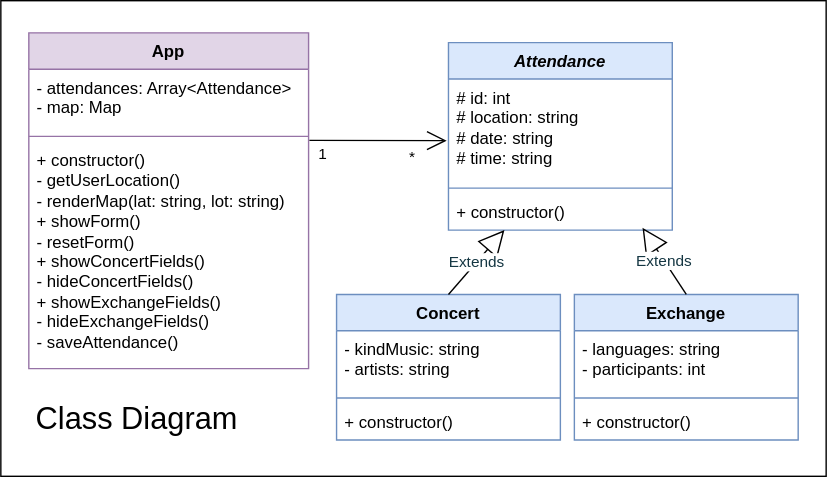
The draw.io diagram class-diagram.drawio.svg in josenavarrohub/vanilla-js-eventify, before a commit. Source tidied: cells renumbered, new cells last; positions are measured from the earlier drawing's top-left corner, leaving out a move shared by most shapes.
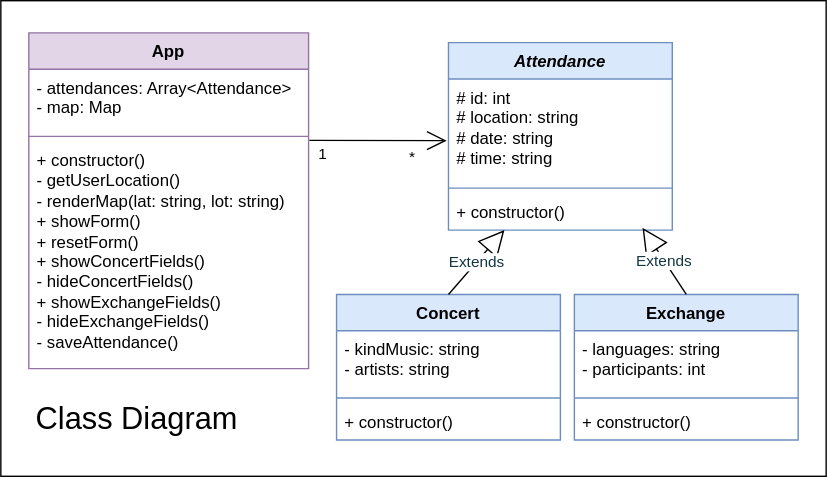
Above is the later version.

Diff of the diagram source:
```diff
@@ -59,7 +59,7 @@
     <mxCell id="20" style="line;strokeWidth=1;fillColor=none;align=left;verticalAlign=middle;spacingTop=-1;spacingLeft=3;spacingRight=3;labelPosition=right;strokeColor=inherit;" parent="18" vertex="1">
       <mxGeometry y="70" width="200" height="8" as="geometry" />
     </mxCell>
-    <mxCell id="21" value="+ constructor()&lt;br&gt;- getUserLocation()&lt;br&gt;- renderMap(lat: string, lot: string)&lt;br&gt;+ showForm()&lt;br&gt;- resetForm()&lt;br&gt;+ showConcertFields()&lt;br&gt;- hideConcertFields()&lt;br&gt;+ showExchangeFields()&lt;br&gt;- hideExchangeFields()&lt;br&gt;- saveAttendance()" style="text;strokeColor=none;fillColor=none;align=left;verticalAlign=top;spacingLeft=4;spacingRight=4;overflow=hidden;points=[[0,0.5],[1,0.5]];portConstraint=eastwest;whiteSpace=wrap;html=1;" parent="18" vertex="1">
+    <mxCell id="21" value="+ constructor()&lt;br&gt;- getUserLocation()&lt;br&gt;- renderMap(lat: string, lot: string)&lt;br&gt;+ showForm()&lt;br&gt;+ resetForm()&lt;br&gt;+ showConcertFields()&lt;br&gt;- hideConcertFields()&lt;br&gt;+ showExchangeFields()&lt;br&gt;- hideExchangeFields()&lt;br&gt;- saveAttendance()" style="text;strokeColor=none;fillColor=none;align=left;verticalAlign=top;spacingLeft=4;spacingRight=4;overflow=hidden;points=[[0,0.5],[1,0.5]];portConstraint=eastwest;whiteSpace=wrap;html=1;" parent="18" vertex="1">
       <mxGeometry y="78" width="200" height="162" as="geometry" />
     </mxCell>
     <mxCell id="22" style="endArrow=open;endFill=1;endSize=12;html=1;rounded=0;exitX=1.003;exitY=-0.007;exitDx=0;exitDy=0;exitPerimeter=0;entryX=-0.008;entryY=0.595;entryDx=0;entryDy=0;entryPerimeter=0;" parent="1" edge="1" source="21" target="5">
```
